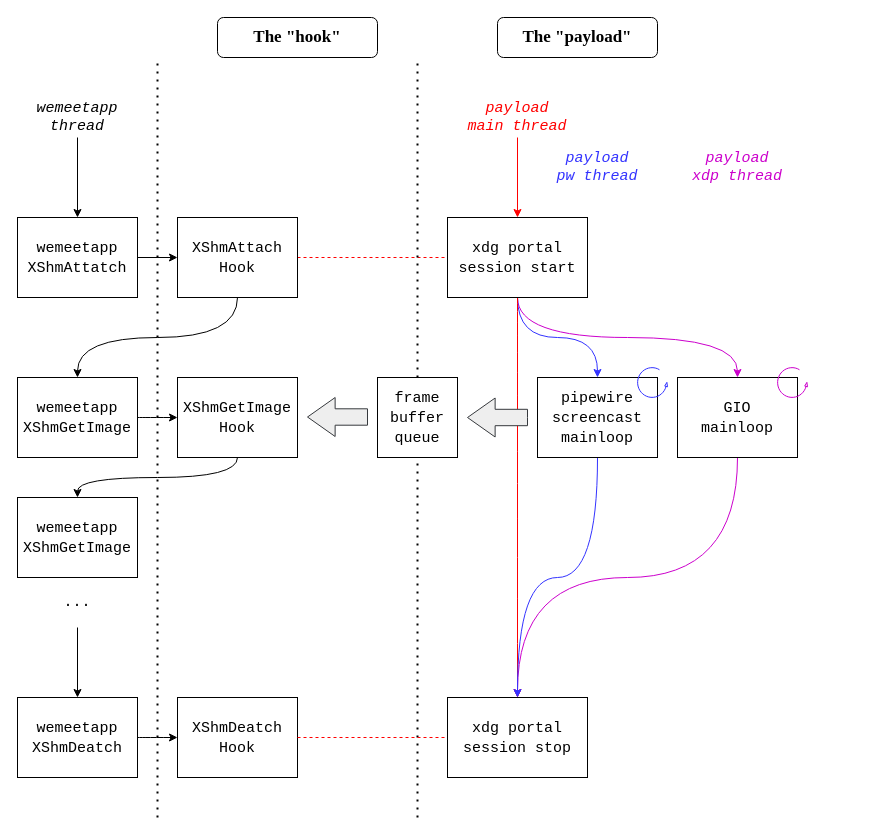
The draw.io diagram resource/diagram.drawio in novel2430/wemeet-wayland-screenshare, before the edit. Source tidied: cells renumbered, new cells numbered last; positions are measured from the earlier drawing's top-left corner, leaving out a move shared by most shapes. Both pictures are drawn from the tidied source at 100%, with x=0, y=0 at pixel (17, 17).
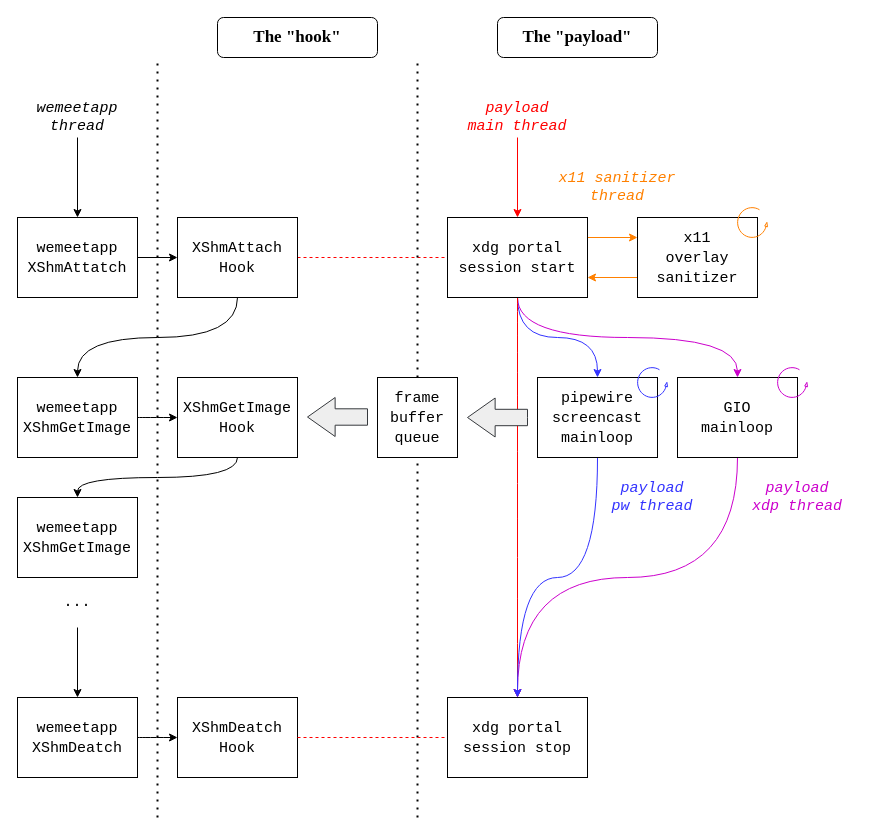
The same page after the edit.

Commit message (it also covers changes not shown here):
X11 sanitizer update - add x11 sanitizer to make wemeet-x11 usable - revised README.md

Unchanged cells that the change refers to:
```xml
<mxCell id="19" value="&lt;font style=&quot;font-size: 15px;&quot;&gt;&lt;font face=&quot;Courier New&quot; style=&quot;font-size: 15px;&quot;&gt;&lt;font style=&quot;font-size: 15px;&quot;&gt;xdg portal&lt;br style=&quot;font-size: 15px;&quot;&gt;&lt;/font&gt;session start&lt;/font&gt;&lt;br style=&quot;font-size: 15px;&quot;&gt;&lt;/font&gt;" style="rounded=0;whiteSpace=wrap;html=1;fontSize=15;" parent="1" vertex="1">
  <mxGeometry x="430" y="200" width="140" height="80" as="geometry" />
</mxCell>
```

Diff of the diagram source:
```diff
@@
+    <mxCell id="42" style="edgeStyle=none;html=1;exitX=1;exitY=0.25;exitDx=0;exitDy=0;entryX=0;entryY=0.25;entryDx=0;entryDy=0;strokeColor=#FF8000;fontColor=default;" parent="1" edge="1" source="19" target="44">
+      <mxGeometry relative="1" as="geometry" />
+    </mxCell>
@@
     <mxCell id="40" value="&lt;font face=&quot;Courier New&quot;&gt;payload&lt;br style=&quot;font-size: 15px;&quot;&gt;pw thread&lt;/font&gt;" style="text;html=1;strokeColor=none;fillColor=none;align=center;verticalAlign=middle;whiteSpace=wrap;rounded=0;fontFamily=Courier New;fontSize=15;fontColor=#3333FF;fontStyle=2;" parent="1" vertex="1">
-      <mxGeometry x="520" y="130" width="120" height="40" as="geometry" />
+      <mxGeometry x="575" y="460" width="120" height="40" as="geometry" />
     </mxCell>
     <mxCell id="41" value="&lt;font face=&quot;Courier New&quot;&gt;payload&lt;br style=&quot;font-size: 15px;&quot;&gt;xdp thread&lt;/font&gt;" style="text;html=1;strokeColor=none;fillColor=none;align=center;verticalAlign=middle;whiteSpace=wrap;rounded=0;fontFamily=Courier New;fontSize=15;fontColor=#CC00CC;fontStyle=2;" parent="1" vertex="1">
-      <mxGeometry x="660" y="130" width="120" height="40" as="geometry" />
+      <mxGeometry x="720" y="460" width="120" height="40" as="geometry" />
     </mxCell>
+    <mxCell id="43" style="edgeStyle=none;html=1;exitX=0;exitY=0.75;exitDx=0;exitDy=0;entryX=1;entryY=0.75;entryDx=0;entryDy=0;strokeColor=#FF8000;fontColor=default;" parent="1" edge="1" source="44" target="19">
+      <mxGeometry relative="1" as="geometry" />
+    </mxCell>
+    <mxCell id="44" value="&lt;font style=&quot;font-size: 15px;&quot;&gt;&lt;font face=&quot;Courier New&quot;&gt;x11&lt;br&gt;overlay&lt;br&gt;sanitizer&lt;/font&gt;&lt;br style=&quot;font-size: 15px;&quot;&gt;&lt;/font&gt;" style="rounded=0;whiteSpace=wrap;html=1;fontSize=15;" parent="1" vertex="1">
+      <mxGeometry x="620" y="200" width="120" height="80" as="geometry" />
+    </mxCell>
+    <mxCell id="45" value="&lt;font&gt;x11 sanitizer&lt;br&gt;thread&lt;/font&gt;" style="text;html=1;strokeColor=none;fillColor=none;align=center;verticalAlign=middle;whiteSpace=wrap;rounded=0;fontFamily=Courier New;fontSize=15;fontColor=#FF8000;fontStyle=2;" parent="1" vertex="1">
+      <mxGeometry x="540" y="150" width="120" height="40" as="geometry" />
+    </mxCell>
+    <mxCell id="46" style="verticalLabelPosition=bottom;html=1;verticalAlign=top;strokeWidth=1;shape=mxgraph.lean_mapping.physical_pull;fontFamily=Courier New;fontSize=15;fontColor=#FF0000;fillColor=none;strokeColor=#FF8000;" parent="1" vertex="1">
+      <mxGeometry x="720" y="190" width="30" height="30" as="geometry" />
+    </mxCell>
```
